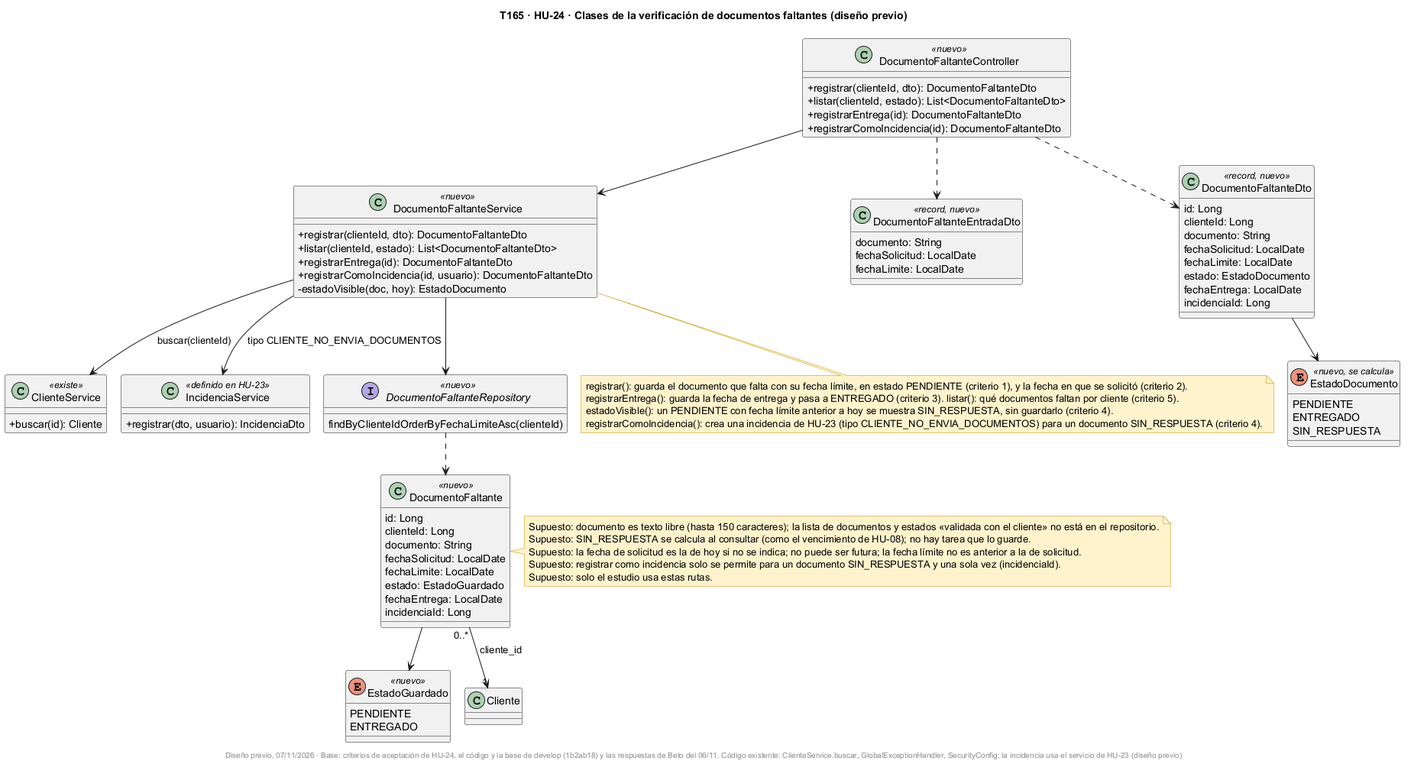
Earlier version of the PlantUML export docs/uml/img/T165-HU24-clases.png (fabianrodriguez33/plus-contable).
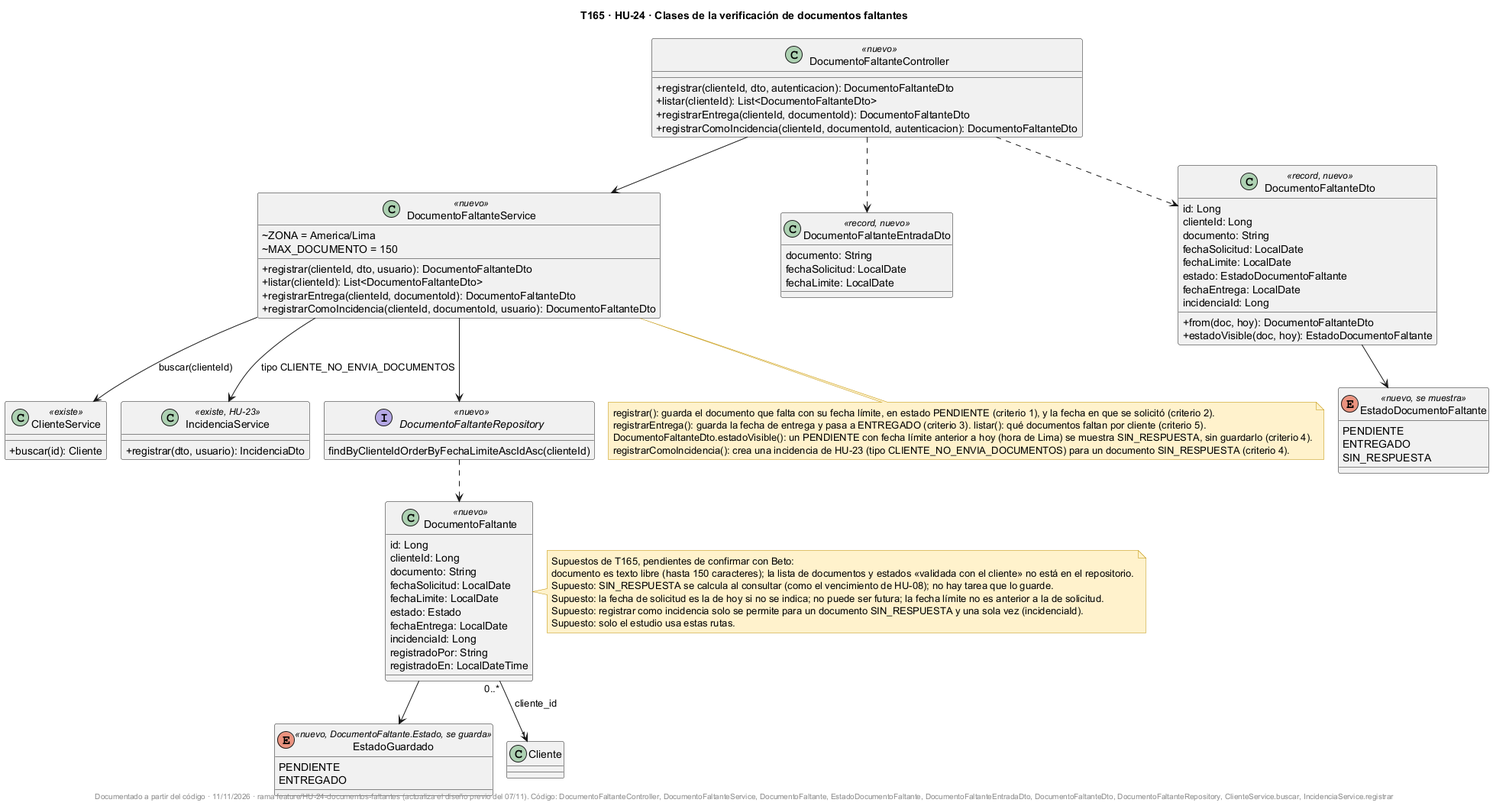
Above is the later version.

The edit, as a diff of the source:
```diff
@@ -1,28 +1,29 @@
 @startuml
 !pragma layout smetana
 skinparam classAttributeIconSize 0
-title T165 · HU-24 · Clases de la verificación de documentos faltantes (diseño previo)
+title T165 · HU-24 · Clases de la verificación de documentos faltantes
 skinparam shadowing false
 skinparam noteBackgroundColor #FFF2CC
 skinparam noteBorderColor #BF9000
 
 class DocumentoFaltanteController <<nuevo>> {
-  +registrar(clienteId, dto): DocumentoFaltanteDto
-  +listar(clienteId, estado): List<DocumentoFaltanteDto>
-  +registrarEntrega(id): DocumentoFaltanteDto
-  +registrarComoIncidencia(id): DocumentoFaltanteDto
+  +registrar(clienteId, dto, autenticacion): DocumentoFaltanteDto
+  +listar(clienteId): List<DocumentoFaltanteDto>
+  +registrarEntrega(clienteId, documentoId): DocumentoFaltanteDto
+  +registrarComoIncidencia(clienteId, documentoId, autenticacion): DocumentoFaltanteDto
 }
 class DocumentoFaltanteService <<nuevo>> {
-  +registrar(clienteId, dto): DocumentoFaltanteDto
-  +listar(clienteId, estado): List<DocumentoFaltanteDto>
-  +registrarEntrega(id): DocumentoFaltanteDto
-  +registrarComoIncidencia(id, usuario): DocumentoFaltanteDto
-  -estadoVisible(doc, hoy): EstadoDocumento
+  ~ZONA = America/Lima
+  ~MAX_DOCUMENTO = 150
+  +registrar(clienteId, dto, usuario): DocumentoFaltanteDto
+  +listar(clienteId): List<DocumentoFaltanteDto>
+  +registrarEntrega(clienteId, documentoId): DocumentoFaltanteDto
+  +registrarComoIncidencia(clienteId, documentoId, usuario): DocumentoFaltanteDto
 }
 class ClienteService <<existe>> {
   +buscar(id): Cliente
 }
-class IncidenciaService <<definido en HU-23>> {
+class IncidenciaService <<existe, HU-23>> {
   +registrar(dto, usuario): IncidenciaDto
 }
 class DocumentoFaltante <<nuevo>> {
@@ -31,15 +32,17 @@
   documento: String
   fechaSolicitud: LocalDate
   fechaLimite: LocalDate
-  estado: EstadoGuardado
+  estado: Estado
   fechaEntrega: LocalDate
   incidenciaId: Long
+  registradoPor: String
+  registradoEn: LocalDateTime
 }
-enum EstadoGuardado <<nuevo>> {
+enum EstadoGuardado <<nuevo, DocumentoFaltante.Estado, se guarda>> {
   PENDIENTE
   ENTREGADO
 }
-enum EstadoDocumento <<nuevo, se calcula>> {
+enum EstadoDocumentoFaltante <<nuevo, se muestra>> {
   PENDIENTE
   ENTREGADO
   SIN_RESPUESTA
@@ -55,12 +58,14 @@
   documento: String
   fechaSolicitud: LocalDate
   fechaLimite: LocalDate
-  estado: EstadoDocumento
+  estado: EstadoDocumentoFaltante
   fechaEntrega: LocalDate
   incidenciaId: Long
+  +from(doc, hoy): DocumentoFaltanteDto
+  +estadoVisible(doc, hoy): EstadoDocumentoFaltante
 }
 interface DocumentoFaltanteRepository <<nuevo>> {
-  findByClienteIdOrderByFechaLimiteAsc(clienteId)
+  findByClienteIdOrderByFechaLimiteAscIdAsc(clienteId)
 }
 
 DocumentoFaltanteController --> DocumentoFaltanteService
@@ -71,21 +76,22 @@
 DocumentoFaltanteService --> IncidenciaService : tipo CLIENTE_NO_ENVIA_DOCUMENTOS
 DocumentoFaltanteRepository ..> DocumentoFaltante
 DocumentoFaltante --> EstadoGuardado
-DocumentoFaltanteDto --> EstadoDocumento
+DocumentoFaltanteDto --> EstadoDocumentoFaltante
 DocumentoFaltante "0..*" --> "1" Cliente : cliente_id
 
 note bottom of DocumentoFaltanteService
   registrar(): guarda el documento que falta con su fecha límite, en estado PENDIENTE (criterio 1), y la fecha en que se solicitó (criterio 2).
   registrarEntrega(): guarda la fecha de entrega y pasa a ENTREGADO (criterio 3). listar(): qué documentos faltan por cliente (criterio 5).
-  estadoVisible(): un PENDIENTE con fecha límite anterior a hoy se muestra SIN_RESPUESTA, sin guardarlo (criterio 4).
+  DocumentoFaltanteDto.estadoVisible(): un PENDIENTE con fecha límite anterior a hoy (hora de Lima) se muestra SIN_RESPUESTA, sin guardarlo (criterio 4).
   registrarComoIncidencia(): crea una incidencia de HU-23 (tipo CLIENTE_NO_ENVIA_DOCUMENTOS) para un documento SIN_RESPUESTA (criterio 4).
 end note
 note right of DocumentoFaltante
-  Supuesto: documento es texto libre (hasta 150 caracteres); la lista de documentos y estados «validada con el cliente» no está en el repositorio.
+  Supuestos de T165, pendientes de confirmar con Beto:
+  documento es texto libre (hasta 150 caracteres); la lista de documentos y estados «validada con el cliente» no está en el repositorio.
   Supuesto: SIN_RESPUESTA se calcula al consultar (como el vencimiento de HU-08); no hay tarea que lo guarde.
   Supuesto: la fecha de solicitud es la de hoy si no se indica; no puede ser futura; la fecha límite no es anterior a la de solicitud.
   Supuesto: registrar como incidencia solo se permite para un documento SIN_RESPUESTA y una sola vez (incidenciaId).
   Supuesto: solo el estudio usa estas rutas.
 end note
-footer Diseño previo, 07/11/2026 · Base: criterios de aceptación de HU-24, el código y la base de develop (1b2ab18) y las respuestas de Beto del 06/11. Código existente: ClienteService.buscar, GlobalExceptionHandler, SecurityConfig; la incidencia usa el servicio de HU-23 (diseño previo)
+footer Documentado a partir del código · 11/11/2026 · rama feature/HU-24-documentos-faltantes (actualiza el diseño previo del 07/11). Código: DocumentoFaltanteController, DocumentoFaltanteService, DocumentoFaltante, EstadoDocumentoFaltante, DocumentoFaltanteEntradaDto, DocumentoFaltanteDto, DocumentoFaltanteRepository, ClienteService.buscar, IncidenciaService.registrar
 @enduml
```
